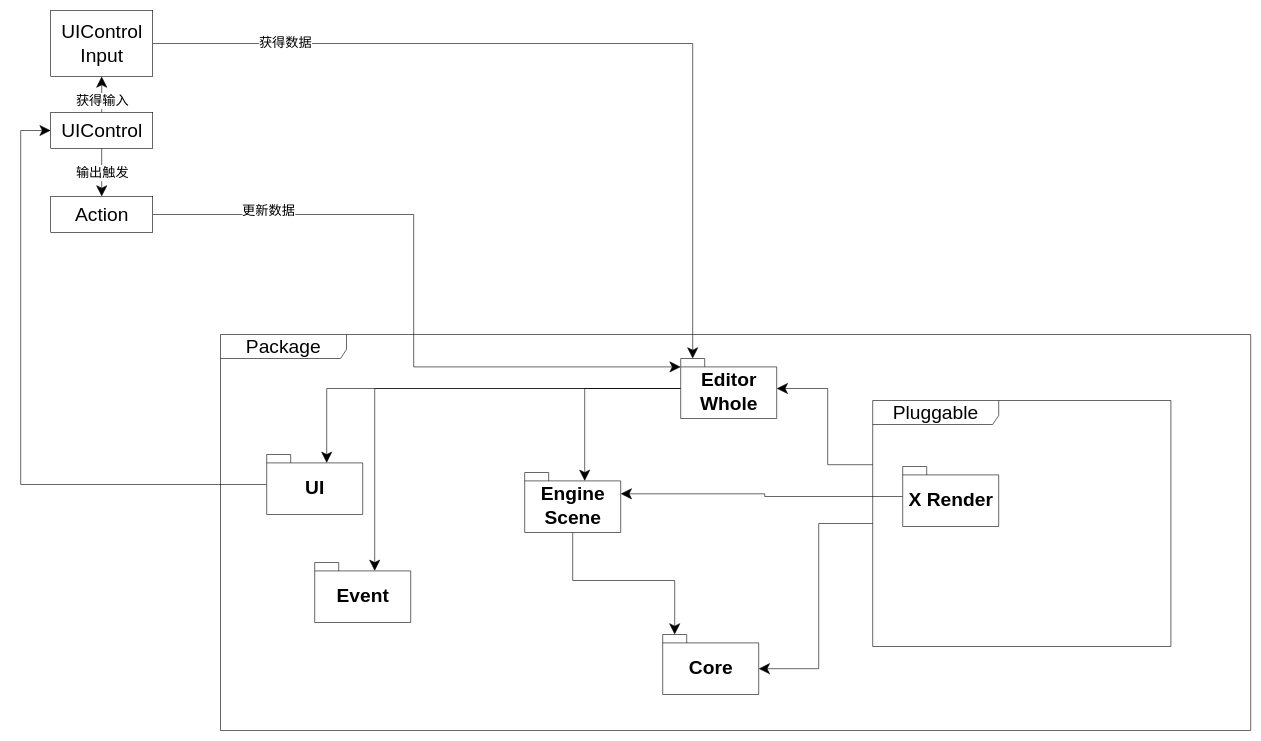
Earlier version of the draw.io diagram doc/新架构设计.drawio (Meta3D-Technology/Meta3D). Source tidied: cells renumbered, new cells numbered last; positions are measured from the earlier drawing's top-left corner, leaving out a move shared by most shapes. Both pictures are drawn from the tidied source at 60%, with x=0, y=0 at pixel (20, 10).
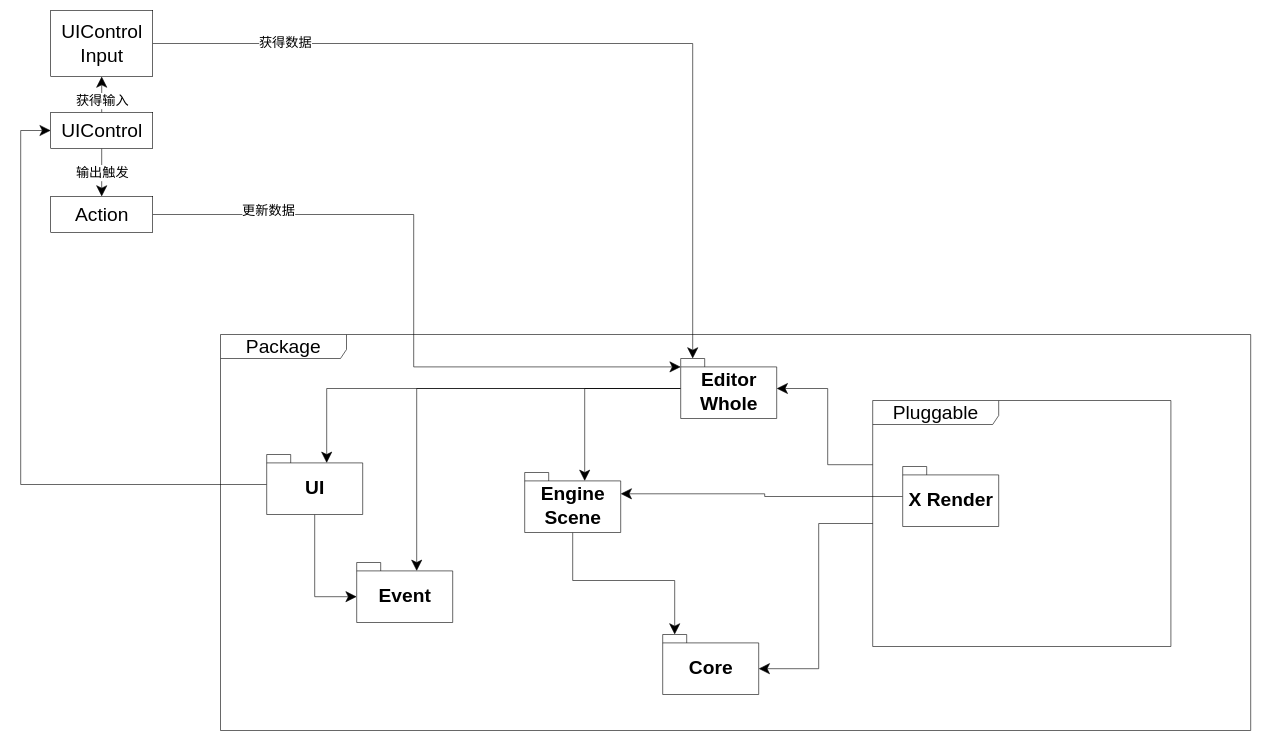
The same page after the edit.

Unchanged cells that the change refers to:
```xml
<mxCell id="27" value="UI" style="shape=folder;fontStyle=1;spacingTop=10;tabWidth=40;tabHeight=14;tabPosition=left;html=1;fontSize=32;" parent="1" vertex="1">
  <mxGeometry x="410" y="740" width="160" height="100" as="geometry" />
</mxCell>
```

Diff of the diagram source:
```diff
@@
+    <mxCell id="29" style="edgeStyle=orthogonalEdgeStyle;rounded=0;jettySize=auto;html=1;entryX=0;entryY=0;entryDx=0;entryDy=57;entryPerimeter=0;startSize=16;endSize=16;" parent="1" edge="1" source="27" target="28">
+      <mxGeometry relative="1" as="geometry" />
+    </mxCell>
@@
     <mxCell id="28" value="Event" style="shape=folder;fontStyle=1;spacingTop=10;tabWidth=40;tabHeight=14;tabPosition=left;html=1;fontSize=32;" parent="1" vertex="1">
-      <mxGeometry x="490" y="920" width="160" height="100" as="geometry" />
+      <mxGeometry x="560" y="920" width="160" height="100" as="geometry" />
     </mxCell>
```
